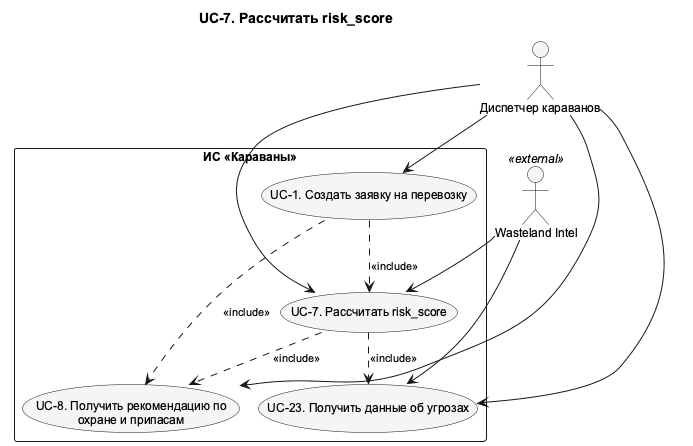
Before: docs/diagrams/out/UC_7_Detail.png, a diagram exported from PlantUML (granikartem/MPI). Its diagram source:
```plantuml
@startuml UC_7_Detail
!pragma layout smetana
skinparam shadowing false
skinparam defaultFontName Arial
skinparam defaultFontSize 12
skinparam backgroundColor white
skinparam nodesep 75
skinparam ranksep 100
skinparam ArrowFontSize 11
skinparam usecaseBackgroundColor #F5F5F5
skinparam activityBackgroundColor #F5F5F5
top to bottom direction
title UC-7. Рассчитать risk_score

actor "Диспетчер караванов" as Dispatcher
actor "Wasteland Intel" as WI <<external>>
rectangle "ИС «Караваны»" as SystemBoundary {
  usecase "UC-1. Создать заявку на перевозку" as UC1
  usecase "UC-7. Рассчитать risk_score" as UC7
  usecase "UC-8. Получить рекомендацию по\nохране и припасам" as UC8
  usecase "UC-23. Получить данные об угрозах" as UC23
}
UC1 ..> UC7 : <<include>>
UC1 ..> UC8 : <<include>>
UC7 ..> UC8 : <<include>>
UC7 ..> UC23 : <<include>>
Dispatcher --> UC1
Dispatcher --> UC7
Dispatcher --> UC8
Dispatcher --> UC23
WI --> UC7
WI --> UC23
@enduml
```
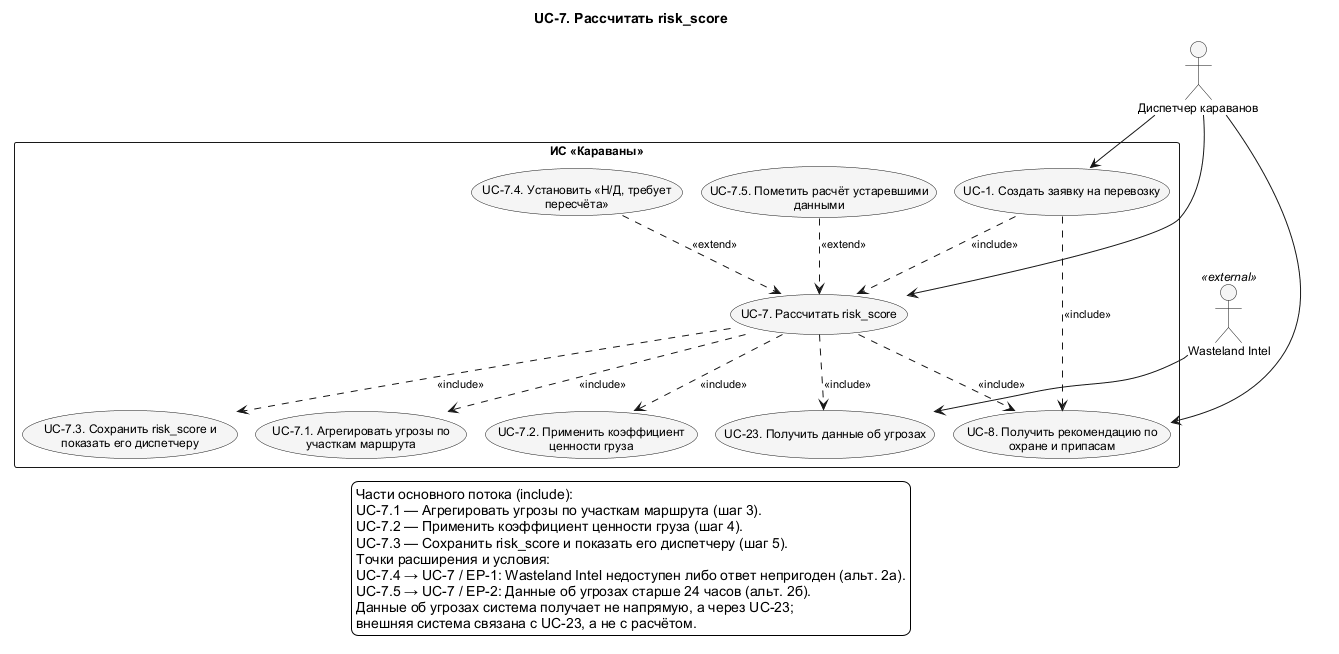
The same file after the commit.

Change to the diagram source:
```diff
@@ -19,15 +19,34 @@
   usecase "UC-7. Рассчитать risk_score" as UC7
   usecase "UC-8. Получить рекомендацию по\nохране и припасам" as UC8
   usecase "UC-23. Получить данные об угрозах" as UC23
+  usecase "UC-7.1. Агрегировать угрозы по\nучасткам маршрута" as UC7_1
+  usecase "UC-7.2. Применить коэффициент\nценности груза" as UC7_2
+  usecase "UC-7.3. Сохранить risk_score и\nпоказать его диспетчеру" as UC7_3
+  usecase "UC-7.4. Установить «Н/Д, требует\nпересчёта»" as UC7_4
+  usecase "UC-7.5. Пометить расчёт устаревшими\nданными" as UC7_5
 }
 UC1 ..> UC7 : <<include>>
 UC1 ..> UC8 : <<include>>
 UC7 ..> UC8 : <<include>>
 UC7 ..> UC23 : <<include>>
+UC7 ..> UC7_1 : <<include>>
+UC7 ..> UC7_2 : <<include>>
+UC7 ..> UC7_3 : <<include>>
+UC7_4 ..> UC7 : <<extend>>
+UC7_5 ..> UC7 : <<extend>>
 Dispatcher --> UC1
 Dispatcher --> UC7
 Dispatcher --> UC8
-Dispatcher --> UC23
-WI --> UC7
 WI --> UC23
+legend bottom
+  Части основного потока (include):
+  UC-7.1 — Агрегировать угрозы по участкам маршрута (шаг 3).
+  UC-7.2 — Применить коэффициент ценности груза (шаг 4).
+  UC-7.3 — Сохранить risk_score и показать его диспетчеру (шаг 5).
+  Точки расширения и условия:
+  UC-7.4 → UC-7 / EP-1: Wasteland Intel недоступен либо ответ непригоден (альт. 2а).
+  UC-7.5 → UC-7 / EP-2: Данные об угрозах старше 24 часов (альт. 2б).
+  Данные об угрозах система получает не напрямую, а через UC-23;
+  внешняя система связана с UC-23, а не с расчётом.
+endlegend
 @enduml
```
